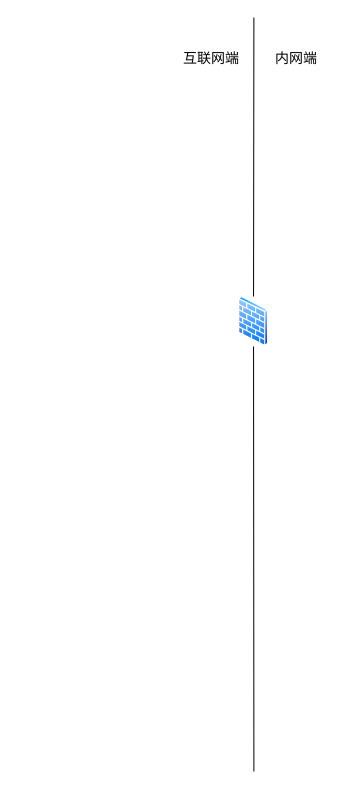
EricDong0801/drawio-data keeps this draw.io diagram as 未命名绘图.drawio. Above is the earlier version. Source tidied: cells renumbered, new cells numbered last; positions are measured from the earlier drawing's top-left corner, leaving out a move shared by most shapes. Both pictures are drawn from the tidied source at 100%, with x=0, y=0 at pixel (181, 17).
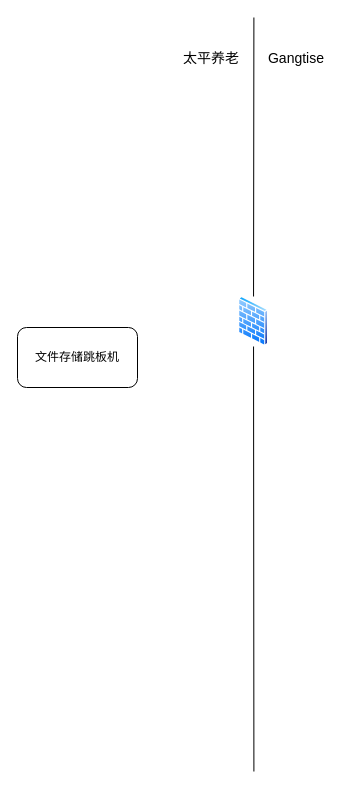
After the change.

Commit message (it also covers changes not shown here):
更新未命名绘图.drawio

Diff of the diagram source:
```diff
@@
 <mxGraphModel>
   <root>
     <mxCell id="0" />
     <mxCell id="1" parent="0" />
     <mxCell id="2" style="endArrow=none;html=1;fontSize=12;" parent="1" edge="1" source="3">
       <mxGeometry relative="1" as="geometry">
         <mxPoint x="72.4" as="targetPoint" />
       </mxGeometry>
     </mxCell>
     <mxCell id="3" style="perimeter=ellipsePerimeter;html=1;align=center;shadow=0;dashed=0;spacingTop=3;image;image=img/lib/active_directory/firewall.svg;fontSize=12;" parent="1" vertex="1">
       <mxGeometry x="56.8" y="279" width="30.5" height="50" as="geometry" />
     </mxCell>
     <mxCell id="4" style="endArrow=none;html=1;" parent="1" edge="1" target="3">
       <mxGeometry relative="1" as="geometry">
         <mxPoint x="72.4" y="754" as="sourcePoint" />
       </mxGeometry>
     </mxCell>
-    <mxCell id="5" value="互联网端" style="text;html=1;strokeColor=none;fillColor=none;align=center;verticalAlign=middle;whiteSpace=wrap;rounded=0;dashed=1;dashPattern=1 1;fontSize=14;" parent="1" vertex="1">
+    <mxCell id="5" value="太平养老" style="text;html=1;strokeColor=none;fillColor=none;align=center;verticalAlign=middle;whiteSpace=wrap;rounded=0;dashed=1;dashPattern=1 1;fontSize=14;" parent="1" vertex="1">
       <mxGeometry y="31" width="60" height="20" as="geometry" />
     </mxCell>
-    <mxCell id="6" value="内网端" style="text;html=1;strokeColor=none;fillColor=none;align=center;verticalAlign=middle;whiteSpace=wrap;rounded=0;dashed=1;dashPattern=1 1;fontSize=14;" parent="1" vertex="1">
+    <mxCell id="6" value="Gangtise" style="text;html=1;strokeColor=none;fillColor=none;align=center;verticalAlign=middle;whiteSpace=wrap;rounded=0;dashed=1;dashPattern=1 1;fontSize=14;" parent="1" vertex="1">
       <mxGeometry x="85.2" y="31" width="60" height="20" as="geometry" />
     </mxCell>
+    <mxCell id="7" value="文件存储跳板机" style="rounded=1;whiteSpace=wrap;html=1;" parent="1" vertex="1">
+      <mxGeometry x="-164" y="310" width="120" height="60" as="geometry" />
+    </mxCell>
   </root>
 </mxGraphModel>
```
